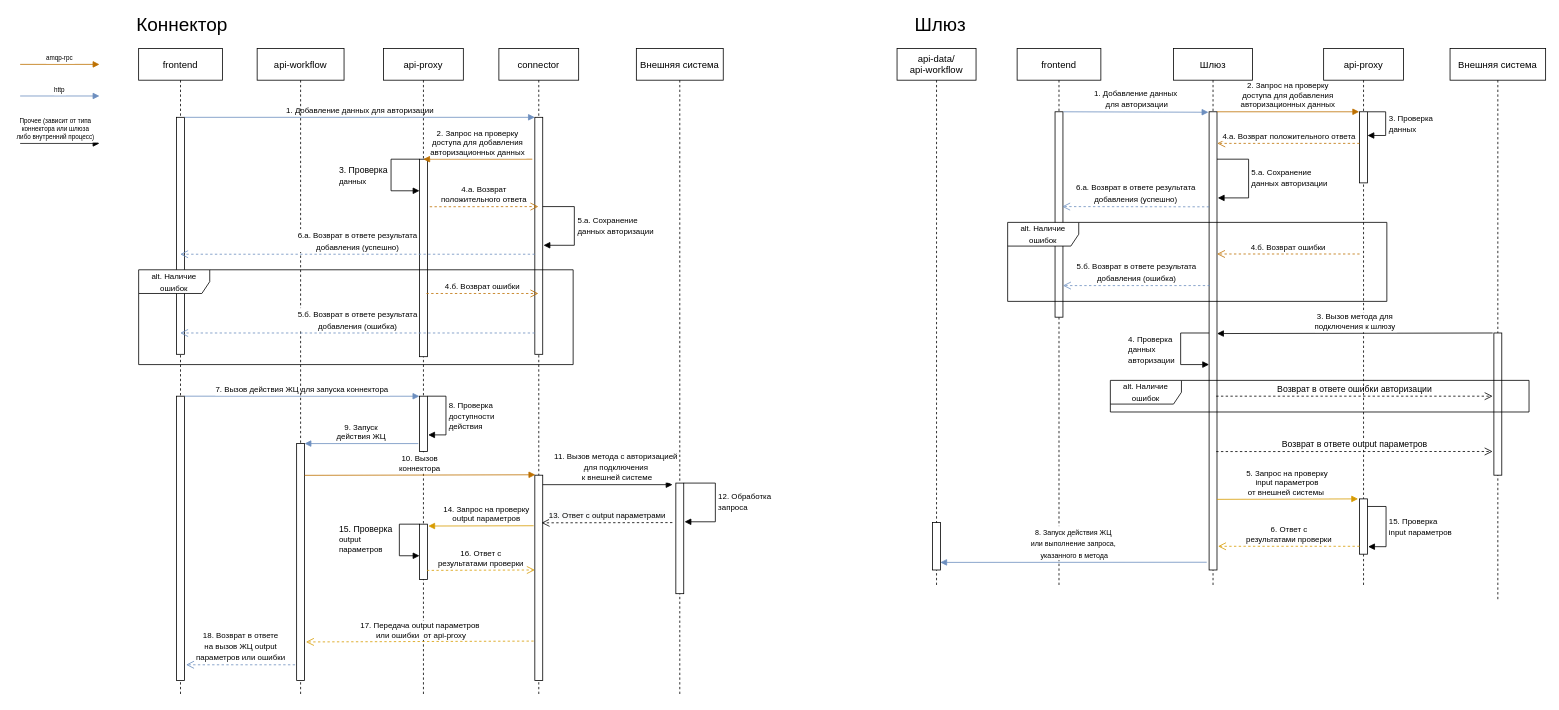
ugarova/docs-drawio keeps this draw.io diagram as IntegrationDiagram.drawio. Above is the earlier version. Source tidied: cells renumbered, new cells numbered last; positions are measured from the earlier drawing's top-left corner, leaving out a move shared by most shapes. Both pictures are drawn from the tidied source at 79%, with x=0, y=0 at pixel (20, 17).
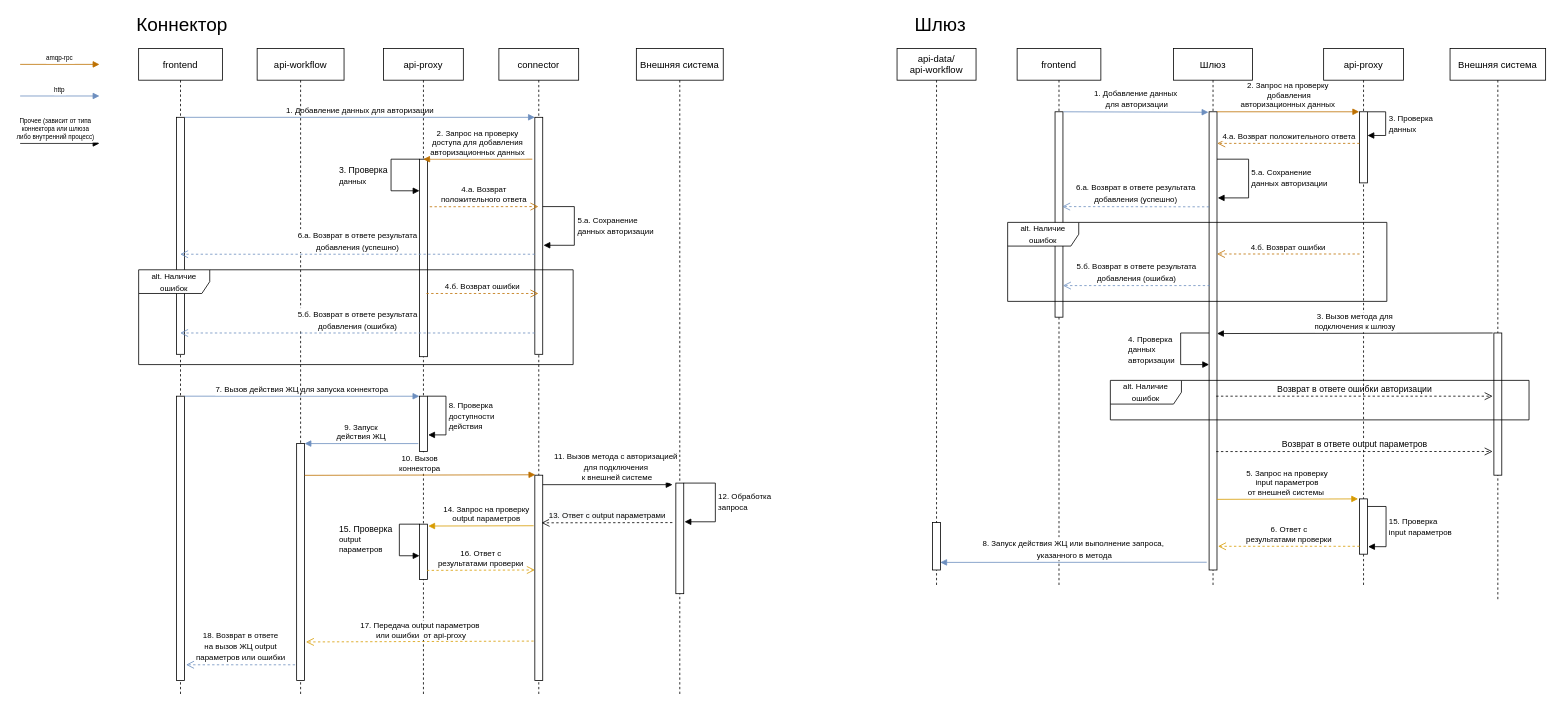
Above is the later version.

Unchanged cells that the change refers to:
```xml
<mxCell id="5" value="Шлюз" style="shape=umlLifeline;perimeter=lifelinePerimeter;rounded=0;shadow=0;strokeWidth=1;" parent="1" vertex="1">
  <mxGeometry x="1460" y="40" width="100" height="680" as="geometry" />
</mxCell>
<mxCell id="12" value="frontend" style="shape=umlLifeline;perimeter=lifelinePerimeter;rounded=0;shadow=0;strokeWidth=1;fontSize=12;" parent="1" vertex="1">
  <mxGeometry x="1262" y="40" width="106" height="680" as="geometry" />
</mxCell>
<mxCell id="33" style="points=[];perimeter=orthogonalPerimeter;rounded=0;shadow=0;strokeWidth=1;" parent="32" vertex="1">
  <mxGeometry x="45" y="600" width="10" height="60" as="geometry" />
</mxCell>
```

Change to the diagram source:
```diff
@@
-    <mxCell id="7" value="2. Запрос на проверку &#10;доступа для добавления &#10;авторизационных данных" style="verticalAlign=bottom;endArrow=block;shadow=0;strokeWidth=1;fontSize=10;fillColor=#f0a30a;strokeColor=#BD7000;exitX=1.099;exitY=0.024;exitDx=0;exitDy=0;exitPerimeter=0;entryX=-0.042;entryY=0.023;entryDx=0;entryDy=0;entryPerimeter=0;" parent="5" edge="1">
+    <mxCell id="7" value="2. Запрос на проверку&#10; добавления &#10;авторизационных данных" style="verticalAlign=bottom;endArrow=block;shadow=0;strokeWidth=1;fontSize=10;fillColor=#f0a30a;strokeColor=#BD7000;exitX=1.099;exitY=0.024;exitDx=0;exitDy=0;exitPerimeter=0;entryX=-0.042;entryY=0.023;entryDx=0;entryDy=0;entryPerimeter=0;" parent="5" edge="1">
       <mxGeometry relative="1" as="geometry">
         <mxPoint x="55" y="80" as="sourcePoint" />
         <mxPoint x="235" y="80" as="targetPoint" />
       </mxGeometry>
     </mxCell>
@@
-    <mxCell id="15" value="&lt;font style=&quot;font-size: 9px;&quot;&gt;8. Запуск действия&amp;nbsp;ЖЦ&lt;br&gt;или выполнение запроса,&lt;br&gt;&amp;nbsp;указанного в метода&lt;/font&gt;" style="html=1;verticalAlign=bottom;endArrow=block;fontSize=12;gradientColor=#7ea6e0;fillColor=#dae8fc;strokeColor=#6c8ebf;exitX=-0.3;exitY=0.95;exitDx=0;exitDy=0;exitPerimeter=0;entryX=0.969;entryY=0.84;entryDx=0;entryDy=0;entryPerimeter=0;" parent="12" edge="1" target="33">
+    <mxCell id="15" value="&lt;font style=&quot;font-size: 10px;&quot;&gt;8. Запуск действия&amp;nbsp;ЖЦ или выполнение запроса,&lt;br&gt;&amp;nbsp;указанного в метода&lt;/font&gt;" style="html=1;verticalAlign=bottom;endArrow=block;fontSize=12;gradientColor=#7ea6e0;fillColor=#dae8fc;strokeColor=#6c8ebf;exitX=-0.3;exitY=0.95;exitDx=0;exitDy=0;exitPerimeter=0;entryX=0.969;entryY=0.84;entryDx=0;entryDy=0;entryPerimeter=0;" parent="12" edge="1" target="33">
       <mxGeometry relative="1" as="geometry">
         <mxPoint x="240" y="650.2" as="sourcePoint" />
       </mxGeometry>
     </mxCell>
@@
     <mxCell id="34" value="&lt;font style=&quot;font-size: 10px;&quot;&gt;alt. Наличие ошибок&lt;/font&gt;" style="shape=umlFrame;whiteSpace=wrap;html=1;width=90;height=30;" parent="1" vertex="1">
-      <mxGeometry x="1380" y="460" width="530" height="40" as="geometry" />
+      <mxGeometry x="1380" y="460" width="530" height="50" as="geometry" />
     </mxCell>
```
